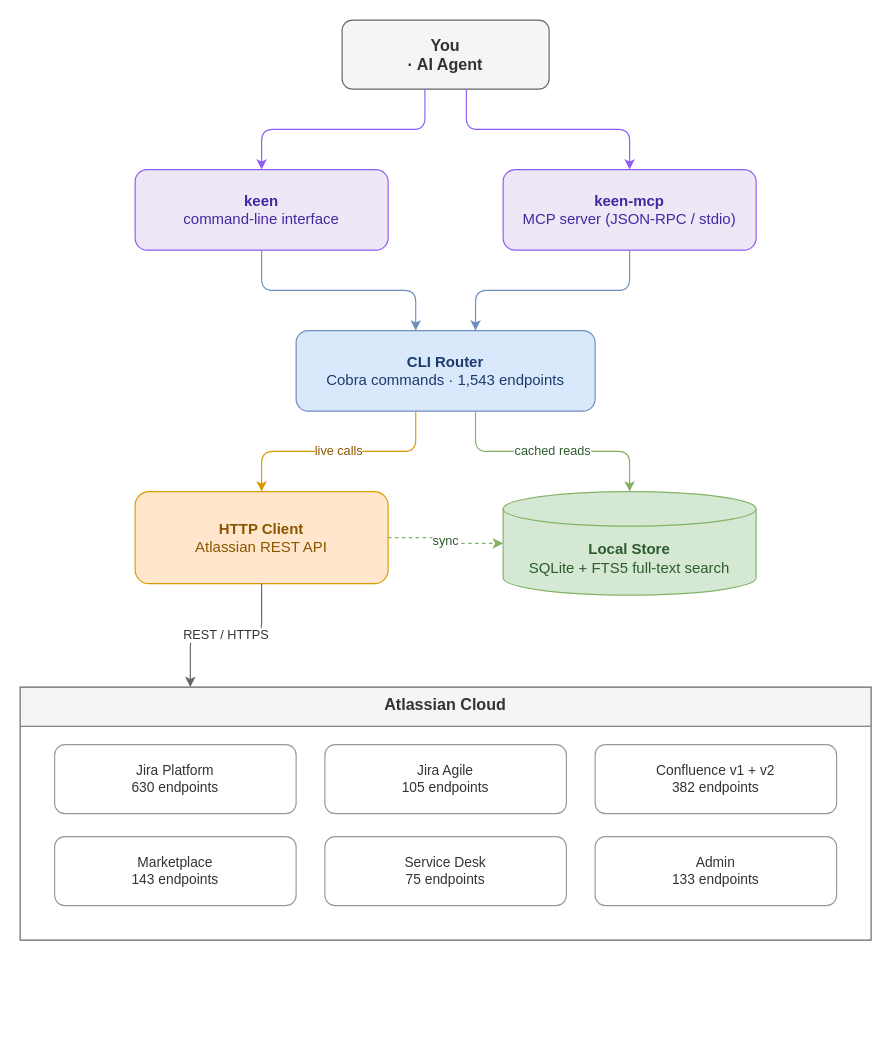
Earlier version of the draw.io diagram docs/diagrams/architecture.drawio (imogenlabs/keen). Source tidied: cells renumbered, new cells numbered last; positions are measured from the earlier drawing's top-left corner, leaving out a move shared by most shapes. Both pictures are drawn from the tidied source at 115%, with x=0, y=0 at pixel (20, 20).
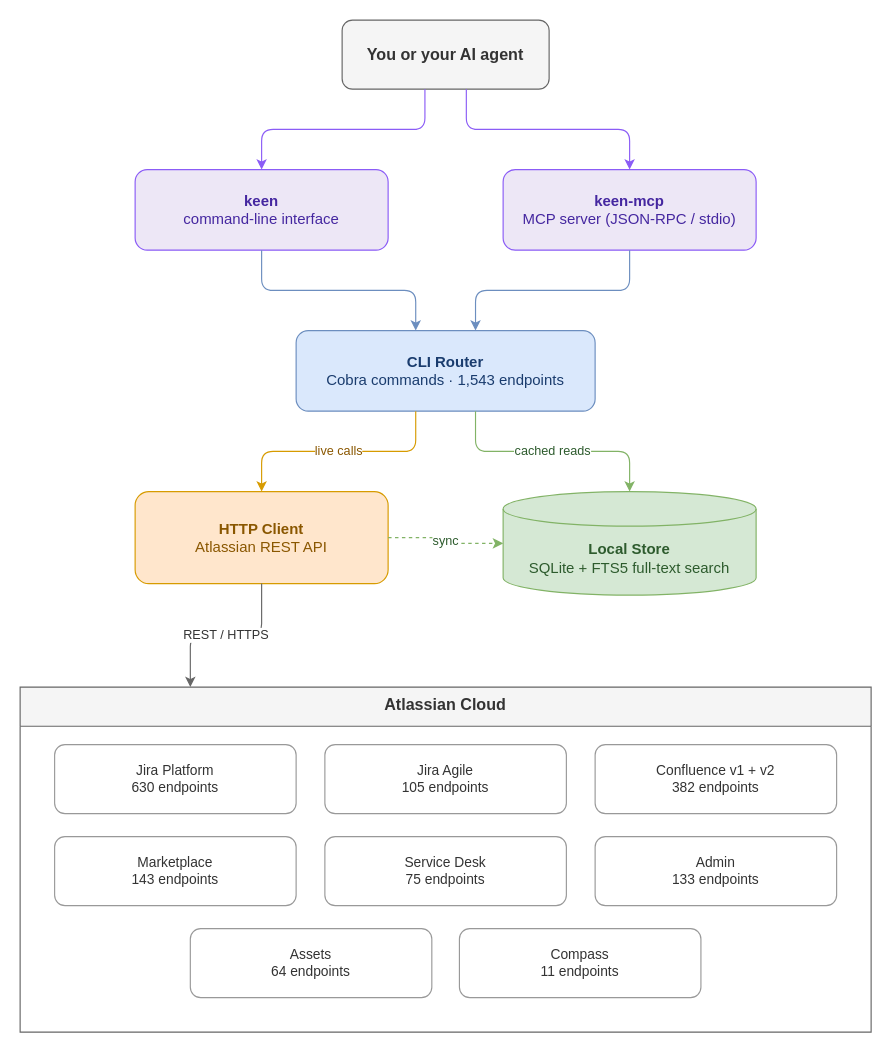
Above is the later version.

Change to the diagram source:
```diff
@@
-    <mxCell id="2" value="You&#10;· AI Agent" style="rounded=1;whiteSpace=wrap;html=1;fillColor=#f5f5f5;strokeColor=#666666;fontColor=#333333;fontSize=14;fontStyle=1;" parent="1" vertex="1">
+    <mxCell id="2" value="You or your AI agent" style="rounded=1;whiteSpace=wrap;html=1;fillColor=#f5f5f5;strokeColor=#666666;fontColor=#333333;fontSize=14;fontStyle=1;" parent="1" vertex="1">
       <mxGeometry x="280" width="180" height="60" as="geometry" />
     </mxCell>
@@
     <mxCell id="8" value="Atlassian Cloud" style="swimlane;startSize=34;whiteSpace=wrap;html=1;fillColor=#f5f5f5;strokeColor=#666666;fontColor=#333333;fontSize=14;fontStyle=1;verticalAlign=top;" parent="1" vertex="1">
-      <mxGeometry y="580" width="740" height="220" as="geometry" />
+      <mxGeometry y="580" width="740" height="300" as="geometry" />
     </mxCell>
@@
+    <mxCell id="23" value="Assets&#10;64 endpoints" style="rounded=1;whiteSpace=wrap;html=1;fillColor=#ffffff;strokeColor=#999999;fontColor=#333333;fontSize=12;" parent="8" vertex="1">
+      <mxGeometry x="148" y="210" width="210" height="60" as="geometry" />
+    </mxCell>
+    <mxCell id="24" value="Compass&#10;11 endpoints" style="rounded=1;whiteSpace=wrap;html=1;fillColor=#ffffff;strokeColor=#999999;fontColor=#333333;fontSize=12;" parent="8" vertex="1">
+      <mxGeometry x="382" y="210" width="210" height="60" as="geometry" />
+    </mxCell>
```
